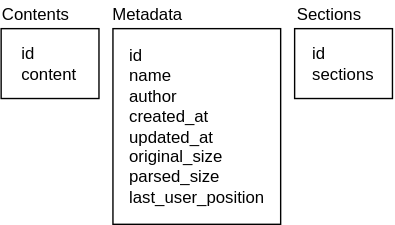
Earlier version of the draw.io export assets/dbrel.svg (robertpakalns/letonikabc). Source tidied: cells renumbered, new cells last; positions are measured from the earlier drawing's top-left corner, leaving out a move shared by most shapes.
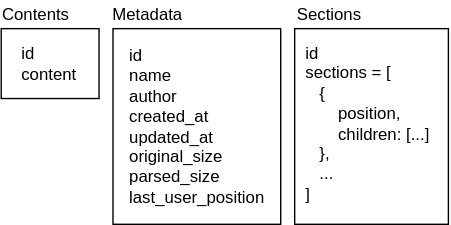
After the change.

Commit message:
update dbrel assets

The edit, as a diff of the source:
```diff
@@ -3,7 +3,7 @@
     <mxCell id="0" />
     <mxCell id="1" parent="0" />
     <mxCell id="2" style="rounded=0;whiteSpace=wrap;html=1;" parent="1" vertex="1">
-      <mxGeometry x="210" y="20" width="70" height="50" as="geometry" />
+      <mxGeometry x="210" y="20" width="110" height="140" as="geometry" />
     </mxCell>
     <mxCell id="3" style="rounded=0;whiteSpace=wrap;html=1;align=left;" parent="1" vertex="1">
       <mxGeometry y="20" width="70" height="50" as="geometry" />
@@ -20,8 +20,8 @@
     <mxCell id="7" value="&lt;div align=&quot;left&quot;&gt;id&lt;/div&gt;&lt;div align=&quot;left&quot;&gt;name&lt;/div&gt;&lt;div align=&quot;left&quot;&gt;author&lt;/div&gt;&lt;div align=&quot;left&quot;&gt;created_at&lt;/div&gt;&lt;div align=&quot;left&quot;&gt;updated_at&lt;/div&gt;&lt;div align=&quot;left&quot;&gt;original_size&lt;/div&gt;&lt;div align=&quot;left&quot;&gt;parsed_size&lt;/div&gt;&lt;div align=&quot;left&quot;&gt;last_user_position&lt;/div&gt;" style="text;html=1;whiteSpace=wrap;strokeColor=none;fillColor=none;align=left;verticalAlign=middle;rounded=0;" parent="1" vertex="1">
       <mxGeometry x="90" y="30" width="100" height="120" as="geometry" />
     </mxCell>
-    <mxCell id="8" value="&lt;div align=&quot;left&quot;&gt;id&lt;/div&gt;&lt;div align=&quot;left&quot;&gt;sections&lt;/div&gt;" style="text;html=1;whiteSpace=wrap;strokeColor=none;fillColor=none;align=center;verticalAlign=middle;rounded=0;" parent="1" vertex="1">
-      <mxGeometry x="215" y="25" width="60" height="40" as="geometry" />
+    <mxCell id="8" value="&lt;div align=&quot;left&quot;&gt;id&lt;/div&gt;&lt;div align=&quot;left&quot;&gt;sections = [&lt;br&gt;&amp;nbsp; &amp;nbsp;{&lt;br&gt;&amp;nbsp; &amp;nbsp; &amp;nbsp; &amp;nbsp;position,&lt;/div&gt;&lt;div align=&quot;left&quot;&gt;&amp;nbsp; &amp;nbsp; &amp;nbsp; &amp;nbsp;children: [...]&lt;br&gt;&amp;nbsp; &amp;nbsp;},&lt;/div&gt;&lt;div align=&quot;left&quot;&gt;&amp;nbsp; &amp;nbsp;...&lt;br&gt;]&lt;/div&gt;" style="text;html=1;whiteSpace=wrap;strokeColor=none;fillColor=none;align=center;verticalAlign=middle;rounded=0;" parent="1" vertex="1">
+      <mxGeometry x="215" y="25" width="95" height="125" as="geometry" />
     </mxCell>
     <mxCell id="9" value="Sections" style="text;html=1;whiteSpace=wrap;strokeColor=none;fillColor=none;align=center;verticalAlign=middle;rounded=0;" parent="1" vertex="1">
       <mxGeometry x="210" width="50" height="20" as="geometry" />
```
